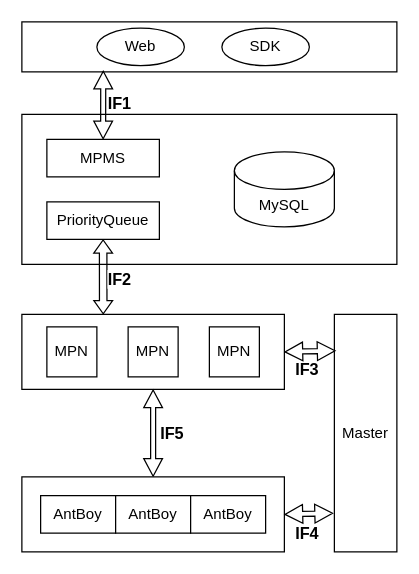
zebra-min/my-design keeps this draw.io diagram as 梧桐.drawio. Above is the earlier version. Source tidied: cells renumbered, new cells numbered last; positions are measured from the earlier drawing's top-left corner, leaving out a move shared by most shapes. Both pictures are drawn from the tidied source at 125%, with x=0, y=0 at pixel (21, 21).
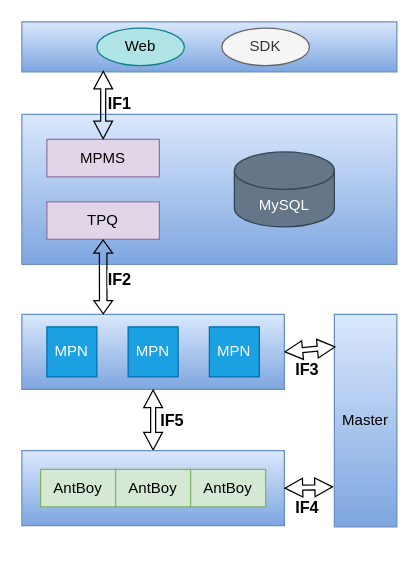
Above is the later version.

What changed in the source:
```diff
@@
-    <mxCell id="2" style="rounded=0;whiteSpace=wrap;html=1;" parent="1" vertex="1">
+    <mxCell id="2" style="rounded=0;whiteSpace=wrap;html=1;fillColor=#dae8fc;strokeColor=#6c8ebf;gradientColor=#7ea6e0;" parent="1" vertex="1">
       <mxGeometry y="74" width="300" height="120" as="geometry" />
     </mxCell>
-    <mxCell id="3" value="MPMS" style="rounded=0;whiteSpace=wrap;html=1;" parent="1" vertex="1">
+    <mxCell id="3" value="MPMS" style="rounded=0;whiteSpace=wrap;html=1;fillColor=#e1d5e7;strokeColor=#9673a6;" parent="1" vertex="1">
       <mxGeometry x="20" y="94" width="90" height="30" as="geometry" />
     </mxCell>
-    <mxCell id="4" value="PriorityQueue" style="rounded=0;whiteSpace=wrap;html=1;" parent="1" vertex="1">
+    <mxCell id="4" value="TPQ" style="rounded=0;whiteSpace=wrap;html=1;fillColor=#e1d5e7;strokeColor=#9673a6;" parent="1" vertex="1">
       <mxGeometry x="20" y="144" width="90" height="30" as="geometry" />
     </mxCell>
-    <mxCell id="5" value="MySQL" style="shape=cylinder3;whiteSpace=wrap;html=1;boundedLbl=1;backgroundOutline=1;size=15;" parent="1" vertex="1">
+    <mxCell id="5" value="MySQL" style="shape=cylinder3;whiteSpace=wrap;html=1;boundedLbl=1;backgroundOutline=1;size=15;fillColor=#647687;strokeColor=#314354;fontColor=#ffffff;" parent="1" vertex="1">
       <mxGeometry x="170" y="104" width="80" height="60" as="geometry" />
     </mxCell>
-    <mxCell id="6" value="Master" style="rounded=0;whiteSpace=wrap;html=1;" parent="1" vertex="1">
-      <mxGeometry x="250" y="234" width="50" height="190" as="geometry" />
+    <mxCell id="6" value="Master" style="rounded=0;whiteSpace=wrap;html=1;fillColor=#dae8fc;strokeColor=#6c8ebf;gradientColor=#7ea6e0;" parent="1" vertex="1">
+      <mxGeometry x="250" y="234" width="50" height="170" as="geometry" />
     </mxCell>
-    <mxCell id="7" style="rounded=0;whiteSpace=wrap;html=1;" parent="1" vertex="1">
+    <mxCell id="7" style="rounded=0;whiteSpace=wrap;html=1;fillColor=#dae8fc;strokeColor=#6c8ebf;gradientColor=#7ea6e0;" parent="1" vertex="1">
       <mxGeometry y="234" width="210" height="60" as="geometry" />
     </mxCell>
-    <mxCell id="8" value="MPN" style="whiteSpace=wrap;html=1;" parent="1" vertex="1">
+    <mxCell id="8" value="MPN" style="whiteSpace=wrap;html=1;fillColor=#1ba1e2;strokeColor=#006EAF;fontColor=#ffffff;" parent="1" vertex="1">
       <mxGeometry x="20" y="244" width="40" height="40" as="geometry" />
     </mxCell>
-    <mxCell id="9" value="MPN" style="whiteSpace=wrap;html=1;" parent="1" vertex="1">
+    <mxCell id="9" value="MPN" style="whiteSpace=wrap;html=1;fillColor=#1ba1e2;strokeColor=#006EAF;fontColor=#ffffff;" parent="1" vertex="1">
       <mxGeometry x="85" y="244" width="40" height="40" as="geometry" />
     </mxCell>
-    <mxCell id="10" value="MPN" style="whiteSpace=wrap;html=1;" parent="1" vertex="1">
+    <mxCell id="10" value="MPN" style="whiteSpace=wrap;html=1;fillColor=#1ba1e2;strokeColor=#006EAF;fontColor=#ffffff;" parent="1" vertex="1">
       <mxGeometry x="150" y="244" width="40" height="40" as="geometry" />
     </mxCell>
@@
-    <mxCell id="14" style="rounded=0;whiteSpace=wrap;html=1;" parent="1" vertex="1">
-      <mxGeometry y="364" width="210" height="60" as="geometry" />
+    <mxCell id="14" style="rounded=0;whiteSpace=wrap;html=1;fillColor=#dae8fc;strokeColor=#6c8ebf;gradientColor=#7ea6e0;" parent="1" vertex="1">
+      <mxGeometry y="343" width="210" height="60" as="geometry" />
     </mxCell>
-    <mxCell id="15" value="AntBoy" style="rounded=0;whiteSpace=wrap;html=1;" parent="1" vertex="1">
-      <mxGeometry x="15" y="379" width="60" height="30" as="geometry" />
+    <mxCell id="15" value="AntBoy" style="rounded=0;whiteSpace=wrap;html=1;fillColor=#d5e8d4;strokeColor=#82b366;" parent="1" vertex="1">
+      <mxGeometry x="15" y="358" width="60" height="30" as="geometry" />
     </mxCell>
-    <mxCell id="16" value="AntBoy" style="rounded=0;whiteSpace=wrap;html=1;" parent="1" vertex="1">
-      <mxGeometry x="75" y="379" width="60" height="30" as="geometry" />
+    <mxCell id="16" value="AntBoy" style="rounded=0;whiteSpace=wrap;html=1;fillColor=#d5e8d4;strokeColor=#82b366;" parent="1" vertex="1">
+      <mxGeometry x="75" y="358" width="60" height="30" as="geometry" />
     </mxCell>
-    <mxCell id="17" value="AntBoy" style="rounded=0;whiteSpace=wrap;html=1;" parent="1" vertex="1">
-      <mxGeometry x="135" y="379" width="60" height="30" as="geometry" />
+    <mxCell id="17" value="AntBoy" style="rounded=0;whiteSpace=wrap;html=1;fillColor=#d5e8d4;strokeColor=#82b366;" parent="1" vertex="1">
+      <mxGeometry x="135" y="358" width="60" height="30" as="geometry" />
     </mxCell>
@@
-    <mxCell id="19" style="shape=flexArrow;endArrow=classic;startArrow=classic;html=1;rounded=0;endWidth=10;endSize=4.38;width=4;startWidth=10;startSize=4.38;exitX=-0.02;exitY=0.837;exitDx=0;exitDy=0;exitPerimeter=0;entryX=1;entryY=0.5;entryDx=0;entryDy=0;" parent="1" edge="1" source="6" target="14">
-      <mxGeometry relative="1" as="geometry" />
+    <mxCell id="19" style="shape=flexArrow;endArrow=classic;startArrow=classic;html=1;rounded=0;endWidth=10;endSize=4.38;width=4;startWidth=10;startSize=4.38;exitX=-0.02;exitY=0.837;exitDx=0;exitDy=0;exitPerimeter=0;entryX=1;entryY=0.5;entryDx=0;entryDy=0;" parent="1" edge="1" target="14">
+      <mxGeometry relative="1" as="geometry">
+        <mxPoint x="249" y="372" as="sourcePoint" />
+      </mxGeometry>
     </mxCell>
-    <mxCell id="20" style="rounded=0;whiteSpace=wrap;html=1;" parent="1" vertex="1">
+    <mxCell id="20" style="rounded=0;whiteSpace=wrap;html=1;fillColor=#dae8fc;strokeColor=#6c8ebf;gradientColor=#7ea6e0;" parent="1" vertex="1">
       <mxGeometry width="300" height="40" as="geometry" />
     </mxCell>
-    <mxCell id="21" value="Web" style="ellipse;whiteSpace=wrap;html=1;" parent="1" vertex="1">
+    <mxCell id="21" value="Web" style="ellipse;whiteSpace=wrap;html=1;fillColor=#b0e3e6;strokeColor=#0e8088;" parent="1" vertex="1">
       <mxGeometry x="60" y="5" width="70" height="30" as="geometry" />
     </mxCell>
-    <mxCell id="22" value="SDK" style="ellipse;whiteSpace=wrap;html=1;" parent="1" vertex="1">
+    <mxCell id="22" value="SDK" style="ellipse;whiteSpace=wrap;html=1;fillColor=#f5f5f5;strokeColor=#666666;fontColor=#333333;" parent="1" vertex="1">
       <mxGeometry x="160" y="5" width="70" height="30" as="geometry" />
     </mxCell>
@@
     <mxCell id="26" value="IF4" style="text;html=1;align=center;verticalAlign=middle;strokeColor=none;fillColor=none;fontStyle=1;fontSize=13;" parent="1" vertex="1">
-      <mxGeometry x="208" y="394" width="40" height="30" as="geometry" />
+      <mxGeometry x="208" y="373" width="40" height="30" as="geometry" />
     </mxCell>
     <mxCell id="27" value="IF5" style="text;html=1;align=center;verticalAlign=middle;strokeColor=none;fillColor=none;fontStyle=1;fontSize=13;" parent="1" vertex="1">
-      <mxGeometry x="100" y="314" width="40" height="30" as="geometry" />
+      <mxGeometry x="100" y="304" width="40" height="30" as="geometry" />
     </mxCell>
```
